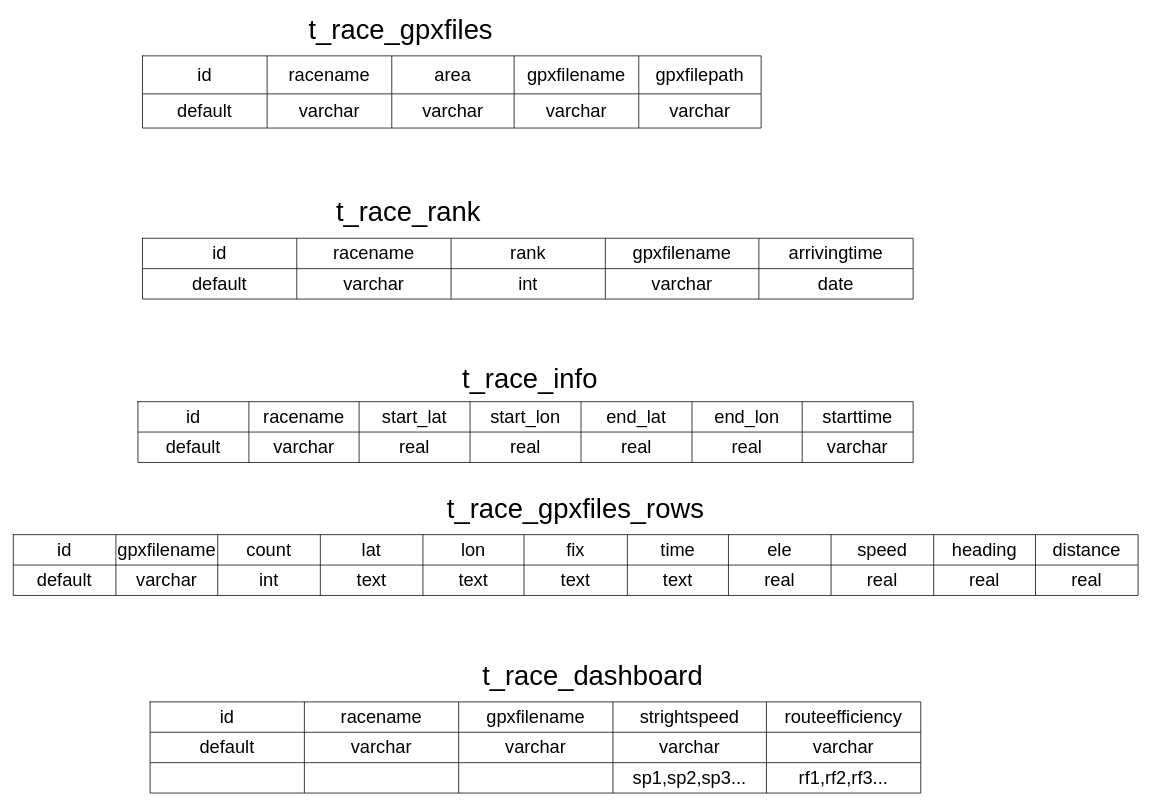
This is 比賽儀表盤資料庫設計.drawio from pengzhen80/PigeonRace, a draw.io file, before an edit. Source tidied: cells renumbered, new cells numbered last; positions are measured from the earlier drawing's top-left corner, leaving out a move shared by most shapes. Both pictures are drawn from the tidied source at 76%, with x=0, y=0 at pixel (13, 17).
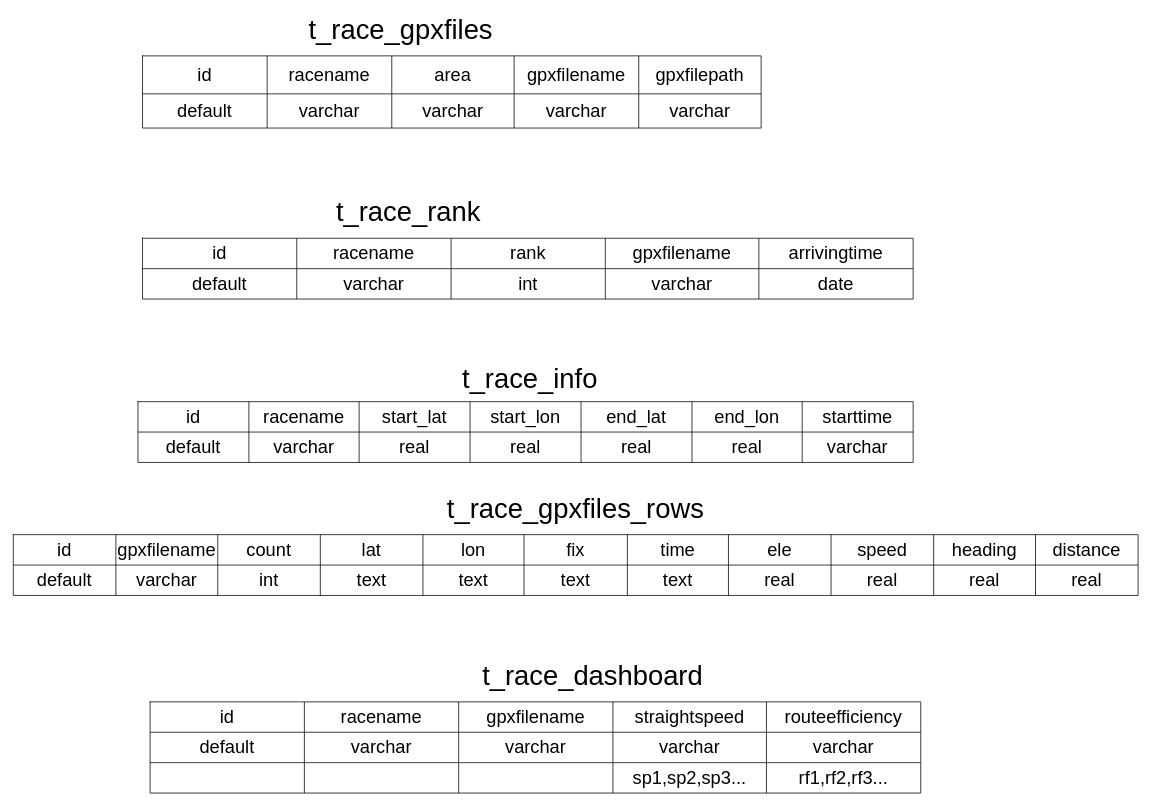
Above is the later version.

Commit message:
更新比賽儀表盤資料庫設計.drawio

Unchanged cells that the change refers to:
```xml
<mxCell id="75" style="shape=tableRow;horizontal=0;startSize=0;swimlaneHead=0;swimlaneBody=0;top=0;left=0;bottom=0;right=0;fillColor=none;fontSize=24;" parent="74" vertex="1">
  <mxGeometry width="1014" height="40" as="geometry" />
</mxCell>
```

The edit, as a diff of the source:
```diff
@@
-    <mxCell id="79" value="strightspeed" style="shape=partialRectangle;html=1;whiteSpace=wrap;overflow=hidden;fillColor=none;top=0;left=0;bottom=0;right=0;fontSize=24;" parent="75" vertex="1">
+    <mxCell id="79" value="straightspeed" style="shape=partialRectangle;html=1;whiteSpace=wrap;overflow=hidden;fillColor=none;top=0;left=0;bottom=0;right=0;fontSize=24;" parent="75" vertex="1">
       <mxGeometry x="609" width="202" height="40" as="geometry" />
     </mxCell>
```
